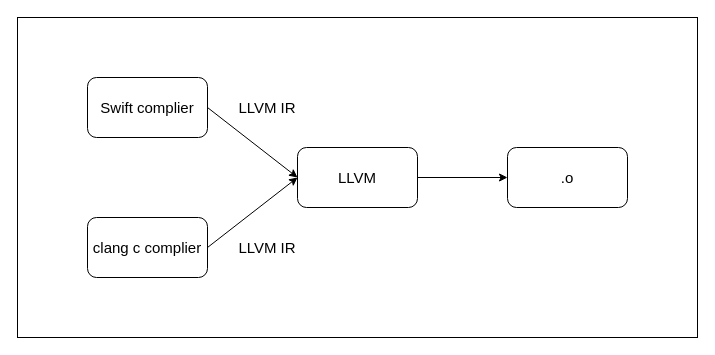
This is OC & Swift program.drawio from star-j/Flowchart, a draw.io file, before an edit. Source tidied: cells renumbered, new cells numbered last; positions are measured from the earlier drawing's top-left corner, leaving out a move shared by most shapes. Both pictures are drawn from the tidied source at 100%, with x=0, y=0 at pixel (17, 17).
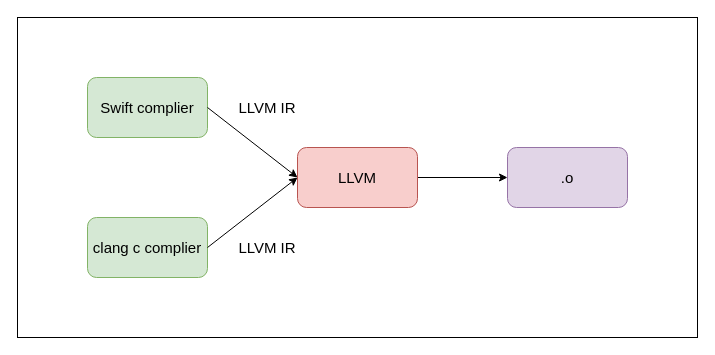
The same page after the edit.

What changed in the source:
```diff
@@
 <mxGraphModel>
   <root>
     <mxCell id="0" />
     <mxCell id="1" parent="0" />
     <mxCell id="2" style="rounded=0;whiteSpace=wrap;html=1;fontSize=15;" parent="1" vertex="1">
       <mxGeometry width="680" height="320" as="geometry" />
     </mxCell>
-    <mxCell id="3" value="Swift complier" style="rounded=1;whiteSpace=wrap;html=1;fontSize=15;" parent="1" vertex="1">
+    <mxCell id="3" value="Swift complier" style="rounded=1;whiteSpace=wrap;html=1;fontSize=15;fillColor=#d5e8d4;strokeColor=#82b366;" parent="1" vertex="1">
       <mxGeometry x="70" y="60" width="120" height="60" as="geometry" />
     </mxCell>
-    <mxCell id="4" value="clang c complier" style="rounded=1;whiteSpace=wrap;html=1;fontSize=15;" parent="1" vertex="1">
+    <mxCell id="4" value="clang c complier" style="rounded=1;whiteSpace=wrap;html=1;fontSize=15;fillColor=#d5e8d4;strokeColor=#82b366;" parent="1" vertex="1">
       <mxGeometry x="70" y="200" width="120" height="60" as="geometry" />
     </mxCell>
     <mxCell id="5" style="edgeStyle=orthogonalEdgeStyle;rounded=0;jettySize=auto;html=1;exitX=1;exitY=0.5;exitDx=0;exitDy=0;entryX=0;entryY=0.5;entryDx=0;entryDy=0;fontSize=15;" parent="1" edge="1" source="6" target="7">
       <mxGeometry relative="1" as="geometry" />
     </mxCell>
-    <mxCell id="6" value="LLVM" style="rounded=1;whiteSpace=wrap;html=1;fontSize=15;" parent="1" vertex="1">
+    <mxCell id="6" value="LLVM" style="rounded=1;whiteSpace=wrap;html=1;fontSize=15;fillColor=#f8cecc;strokeColor=#b85450;" parent="1" vertex="1">
       <mxGeometry x="280" y="130" width="120" height="60" as="geometry" />
     </mxCell>
-    <mxCell id="7" value=".o" style="rounded=1;whiteSpace=wrap;html=1;fontSize=15;" parent="1" vertex="1">
+    <mxCell id="7" value=".o" style="rounded=1;whiteSpace=wrap;html=1;fontSize=15;fillColor=#e1d5e7;strokeColor=#9673a6;" parent="1" vertex="1">
       <mxGeometry x="490" y="130" width="120" height="60" as="geometry" />
     </mxCell>
     <mxCell id="8" style="endArrow=classic;html=1;rounded=0;fontSize=15;exitX=1;exitY=0.5;exitDx=0;exitDy=0;entryX=0;entryY=0.5;entryDx=0;entryDy=0;" parent="1" edge="1" source="3" target="6">
       <mxGeometry relative="1" as="geometry" />
     </mxCell>
     <mxCell id="9" style="endArrow=classic;html=1;rounded=0;fontSize=15;exitX=1;exitY=0.5;exitDx=0;exitDy=0;entryX=0;entryY=0.5;entryDx=0;entryDy=0;" parent="1" edge="1" source="4" target="6">
       <mxGeometry relative="1" as="geometry" />
     </mxCell>
     <mxCell id="10" value="LLVM IR" style="text;html=1;strokeColor=none;fillColor=none;align=center;verticalAlign=middle;whiteSpace=wrap;rounded=0;fontSize=15;" parent="1" vertex="1">
       <mxGeometry x="220" y="75" width="60" height="30" as="geometry" />
     </mxCell>
     <mxCell id="11" value="LLVM IR" style="text;html=1;strokeColor=none;fillColor=none;align=center;verticalAlign=middle;whiteSpace=wrap;rounded=0;fontSize=15;" parent="1" vertex="1">
       <mxGeometry x="220" y="215" width="60" height="30" as="geometry" />
     </mxCell>
   </root>
 </mxGraphModel>
```
